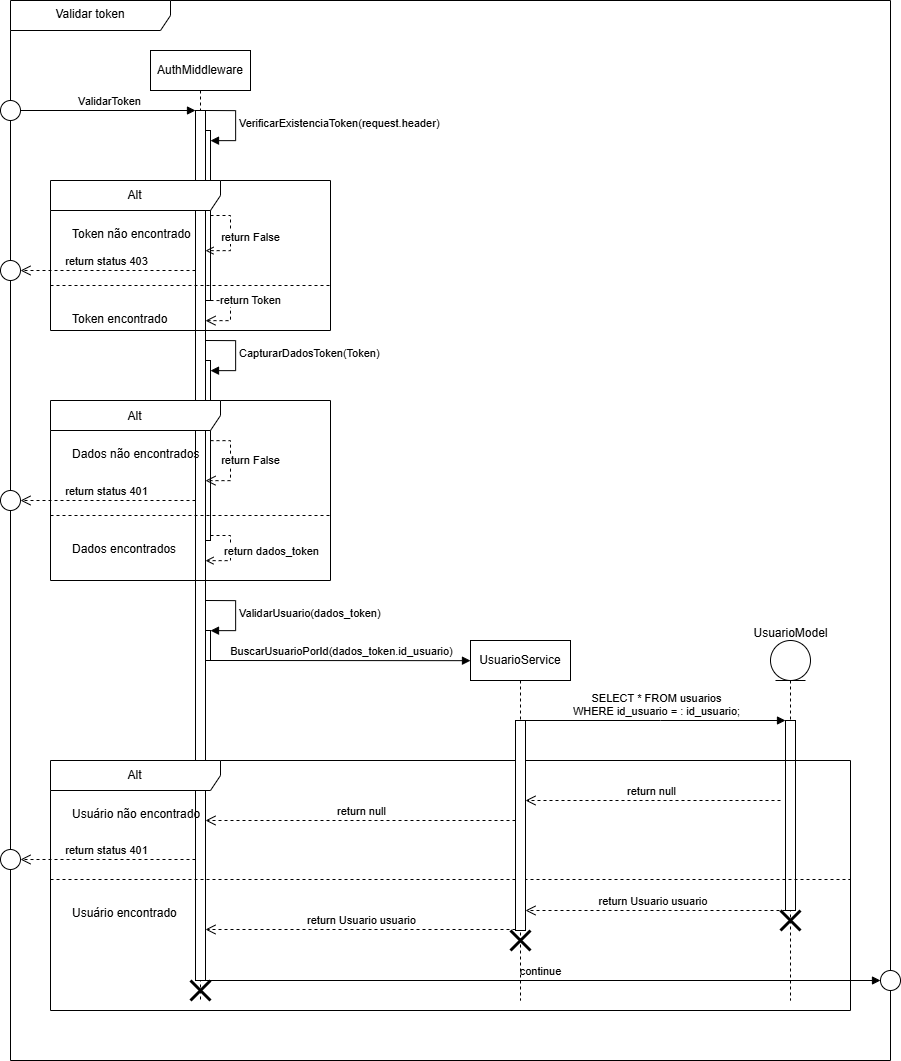
Dev-Vinicius-Borges/Thousand_Miles keeps this draw.io diagram as UML/sequencia/usuario/validar-token.drawio.png. Above is the earlier version. Source tidied: cells renumbered, new cells last; positions are measured from the earlier drawing's top-left corner, leaving out a move shared by most shapes. The source it was exported from:
```xml
<mxGraphModel>
  <root>
    <mxCell id="0" />
    <mxCell id="1" parent="0" />
    <mxCell id="2" value="Validar token" style="shape=umlFrame;whiteSpace=wrap;html=1;width=160;" parent="1" vertex="1">
      <mxGeometry x="10" width="880" height="1060" as="geometry" />
    </mxCell>
    <mxCell id="3" value="AuthMiddleware" style="shape=umlLifeline;perimeter=lifelinePerimeter;whiteSpace=wrap;html=1;newEdgeStyle={&quot;curved&quot;:0,&quot;rounded&quot;:0};" parent="2" vertex="1">
      <mxGeometry x="140" y="50" width="100" height="950" as="geometry" />
    </mxCell>
    <mxCell id="4" style="html=1;points=[[0,0,0,0,5],[0,1,0,0,-5],[1,0,0,0,5],[1,1,0,0,-5]];perimeter=orthogonalPerimeter;outlineConnect=0;targetShapes=umlLifeline;portConstraint=eastwest;newEdgeStyle={&quot;curved&quot;:0,&quot;rounded&quot;:0};" parent="3" vertex="1">
      <mxGeometry x="50" y="580" width="10" height="30" as="geometry" />
    </mxCell>
    <mxCell id="5" style="edgeStyle=orthogonalEdgeStyle;rounded=0;jettySize=auto;html=1;curved=0;exitX=1;exitY=1;exitDx=0;exitDy=-5;exitPerimeter=0;endArrow=open;endFill=0;dashed=1;" parent="3" edge="1" source="7" target="9">
      <mxGeometry relative="1" as="geometry">
        <Array as="points">
          <mxPoint x="80" y="485" />
          <mxPoint x="80" y="510" />
        </Array>
      </mxGeometry>
    </mxCell>
    <mxCell id="6" value="return dados_token" style="edgeLabel;html=1;align=center;verticalAlign=middle;" parent="5" vertex="1">
      <mxGeometry x="-0.04" y="-1" relative="1" as="geometry">
        <mxPoint x="41" as="offset" />
      </mxGeometry>
    </mxCell>
    <mxCell id="7" style="html=1;points=[[0,0,0,0,5],[0,1,0,0,-5],[1,0,0,0,5],[1,1,0,0,-5]];perimeter=orthogonalPerimeter;outlineConnect=0;targetShapes=umlLifeline;portConstraint=eastwest;newEdgeStyle={&quot;curved&quot;:0,&quot;rounded&quot;:0};" parent="3" vertex="1">
      <mxGeometry x="50" y="310" width="10" height="180" as="geometry" />
    </mxCell>
    <mxCell id="8" style="html=1;points=[[0,0,0,0,5],[0,1,0,0,-5],[1,0,0,0,5],[1,1,0,0,-5]];perimeter=orthogonalPerimeter;outlineConnect=0;targetShapes=umlLifeline;portConstraint=eastwest;newEdgeStyle={&quot;curved&quot;:0,&quot;rounded&quot;:0};" parent="3" vertex="1">
      <mxGeometry x="50" y="80" width="10" height="170" as="geometry" />
    </mxCell>
    <mxCell id="9" style="html=1;points=[[0,0,0,0,5],[0,1,0,0,-5],[1,0,0,0,5],[1,1,0,0,-5]];perimeter=orthogonalPerimeter;outlineConnect=0;targetShapes=umlLifeline;portConstraint=eastwest;newEdgeStyle={&quot;curved&quot;:0,&quot;rounded&quot;:0};" parent="3" vertex="1">
      <mxGeometry x="45" y="60" width="10" height="870" as="geometry" />
    </mxCell>
    <mxCell id="10" style="edgeStyle=orthogonalEdgeStyle;rounded=0;jettySize=auto;html=1;curved=0;dashed=1;endArrow=open;endFill=0;" parent="3" edge="1" source="8" target="9">
      <mxGeometry relative="1" as="geometry">
        <Array as="points">
          <mxPoint x="80" y="165" />
          <mxPoint x="80" y="200" />
        </Array>
      </mxGeometry>
    </mxCell>
    <mxCell id="11" value="return False" style="edgeLabel;html=1;align=center;verticalAlign=middle;" parent="10" vertex="1">
      <mxGeometry x="0.4" relative="1" as="geometry">
        <mxPoint x="21" y="-15" as="offset" />
      </mxGeometry>
    </mxCell>
    <mxCell id="12" value="VerificarExistenciaToken(request.header)" style="html=1;align=left;spacingLeft=2;endArrow=block;rounded=0;edgeStyle=orthogonalEdgeStyle;curved=0;rounded=0;" parent="3" edge="1" target="8">
      <mxGeometry relative="1" as="geometry">
        <mxPoint x="55" y="60" as="sourcePoint" />
        <Array as="points">
          <mxPoint x="85" y="90" />
        </Array>
      </mxGeometry>
    </mxCell>
    <mxCell id="13" value="return Token" style="html=1;verticalAlign=bottom;endArrow=open;dashed=1;endSize=8;rounded=0;edgeStyle=orthogonalEdgeStyle;" parent="3" edge="1" source="8" target="9">
      <mxGeometry x="-0.08" y="20" relative="1" as="geometry">
        <Array as="points">
          <mxPoint x="80" y="250" />
          <mxPoint x="80" y="270" />
        </Array>
      </mxGeometry>
    </mxCell>
    <mxCell id="14" value="CapturarDadosToken(Token)" style="html=1;align=left;spacingLeft=2;endArrow=block;rounded=0;edgeStyle=orthogonalEdgeStyle;curved=0;rounded=0;" parent="3" edge="1" target="7">
      <mxGeometry relative="1" as="geometry">
        <mxPoint x="55" y="290" as="sourcePoint" />
        <Array as="points">
          <mxPoint x="85" y="320" />
        </Array>
      </mxGeometry>
    </mxCell>
    <mxCell id="15" value="return False" style="html=1;verticalAlign=bottom;endArrow=open;dashed=1;endSize=8;rounded=0;edgeStyle=orthogonalEdgeStyle;" parent="3" edge="1" source="7" target="9">
      <mxGeometry x="0.18" y="20" relative="1" as="geometry">
        <Array as="points">
          <mxPoint x="80" y="390" />
          <mxPoint x="80" y="430" />
        </Array>
      </mxGeometry>
    </mxCell>
    <mxCell id="16" value="ValidarUsuario(dados_token)" style="html=1;align=left;spacingLeft=2;endArrow=block;rounded=0;edgeStyle=orthogonalEdgeStyle;curved=0;rounded=0;" parent="3" edge="1" target="4">
      <mxGeometry relative="1" as="geometry">
        <mxPoint x="55" y="550" as="sourcePoint" />
        <Array as="points">
          <mxPoint x="85" y="580" />
        </Array>
      </mxGeometry>
    </mxCell>
    <mxCell id="17" style="shape=umlDestroy;whiteSpace=wrap;html=1;strokeWidth=3;targetShapes=umlLifeline;" parent="3" vertex="1">
      <mxGeometry x="40" y="930" width="20" height="20" as="geometry" />
    </mxCell>
    <mxCell id="18" value="Alt" style="shape=umlFrame;whiteSpace=wrap;html=1;width=170;" parent="2" vertex="1">
      <mxGeometry x="40" y="180" width="280" height="150" as="geometry" />
    </mxCell>
    <mxCell id="19" value="Token não encontrado" style="text;html=1;" parent="18" vertex="1">
      <mxGeometry width="100" height="20" relative="1" as="geometry">
        <mxPoint x="20" y="40" as="offset" />
      </mxGeometry>
    </mxCell>
    <mxCell id="20" value="Token encontrado" style="line;strokeWidth=1;dashed=1;labelPosition=center;verticalLabelPosition=bottom;align=left;verticalAlign=top;spacingLeft=20;spacingTop=15;html=1;whiteSpace=wrap;" parent="18" vertex="1">
      <mxGeometry y="100" width="280" height="10" as="geometry" />
    </mxCell>
    <mxCell id="21" value="Alt" style="shape=umlFrame;whiteSpace=wrap;html=1;width=170;" parent="2" vertex="1">
      <mxGeometry x="40" y="400" width="280" height="180" as="geometry" />
    </mxCell>
    <mxCell id="22" value="Dados não encontrados" style="text;html=1;" parent="21" vertex="1">
      <mxGeometry width="100" height="20" relative="1" as="geometry">
        <mxPoint x="20" y="40" as="offset" />
      </mxGeometry>
    </mxCell>
    <mxCell id="23" value="Dados encontrados" style="line;strokeWidth=1;dashed=1;labelPosition=center;verticalLabelPosition=bottom;align=left;verticalAlign=top;spacingLeft=20;spacingTop=15;html=1;whiteSpace=wrap;" parent="21" vertex="1">
      <mxGeometry y="110" width="280" height="10" as="geometry" />
    </mxCell>
    <mxCell id="24" value="BuscarUsuarioPorId(dados_token.id_usuario)" style="html=1;verticalAlign=bottom;endArrow=block;curved=0;rounded=0;entryX=0;entryY=0.056;entryDx=0;entryDy=0;entryPerimeter=0;" parent="2" edge="1" target="42">
      <mxGeometry relative="1" as="geometry">
        <mxPoint x="200" y="660" as="sourcePoint" />
      </mxGeometry>
    </mxCell>
    <mxCell id="25" style="shape=umlLifeline;perimeter=lifelinePerimeter;whiteSpace=wrap;html=1;newEdgeStyle={&quot;curved&quot;:0,&quot;rounded&quot;:0};participant=umlEntity;" parent="2" vertex="1">
      <mxGeometry x="760" y="640" width="40" height="360" as="geometry" />
    </mxCell>
    <mxCell id="26" style="html=1;points=[[0,0,0,0,5],[0,1,0,0,-5],[1,0,0,0,5],[1,1,0,0,-5]];perimeter=orthogonalPerimeter;outlineConnect=0;targetShapes=umlLifeline;portConstraint=eastwest;newEdgeStyle={&quot;curved&quot;:0,&quot;rounded&quot;:0};" parent="25" vertex="1">
      <mxGeometry x="15" y="80" width="10" height="190" as="geometry" />
    </mxCell>
    <mxCell id="27" value="Alt" style="shape=umlFrame;whiteSpace=wrap;html=1;width=170;" parent="2" vertex="1">
      <mxGeometry x="40" y="760" width="800" height="250" as="geometry" />
    </mxCell>
    <mxCell id="28" value="Usuário não encontrado" style="text;html=1;" parent="27" vertex="1">
      <mxGeometry width="100" height="20" relative="1" as="geometry">
        <mxPoint x="20" y="40" as="offset" />
      </mxGeometry>
    </mxCell>
    <mxCell id="29" value="Usuário encontrado" style="line;strokeWidth=1;dashed=1;labelPosition=center;verticalLabelPosition=bottom;align=left;verticalAlign=top;spacingLeft=20;spacingTop=15;html=1;whiteSpace=wrap;" parent="27" vertex="1">
      <mxGeometry y="114" width="800" height="10" as="geometry" />
    </mxCell>
    <mxCell id="30" value="return null" style="html=1;verticalAlign=bottom;endArrow=open;dashed=1;endSize=8;curved=0;rounded=0;" parent="27" edge="1" target="43">
      <mxGeometry relative="1" as="geometry">
        <mxPoint x="730" y="40" as="sourcePoint" />
      </mxGeometry>
    </mxCell>
    <mxCell id="31" style="shape=umlDestroy;whiteSpace=wrap;html=1;strokeWidth=3;targetShapes=umlLifeline;" parent="27" vertex="1">
      <mxGeometry x="730" y="150" width="20" height="20" as="geometry" />
    </mxCell>
    <mxCell id="32" value="continue" style="html=1;verticalAlign=bottom;endArrow=block;curved=0;rounded=0;" parent="27" edge="1" target="39">
      <mxGeometry relative="1" as="geometry">
        <mxPoint x="150" y="220" as="sourcePoint" />
      </mxGeometry>
    </mxCell>
    <mxCell id="33" value="return status 401" style="html=1;verticalAlign=bottom;endArrow=open;dashed=1;endSize=8;curved=0;rounded=0;entryX=1;entryY=0.5;entryDx=0;entryDy=0;" parent="2" edge="1" target="38">
      <mxGeometry relative="1" as="geometry">
        <mxPoint x="185" y="859" as="sourcePoint" />
      </mxGeometry>
    </mxCell>
    <mxCell id="34" style="ellipse;" parent="2" vertex="1">
      <mxGeometry x="-10" y="260" width="20" height="20" as="geometry" />
    </mxCell>
    <mxCell id="35" value="return status 403" style="html=1;verticalAlign=bottom;endArrow=open;dashed=1;endSize=8;curved=0;rounded=0;entryX=1;entryY=0.5;entryDx=0;entryDy=0;" parent="2" edge="1" source="9" target="34">
      <mxGeometry relative="1" as="geometry" />
    </mxCell>
    <mxCell id="36" style="ellipse;" parent="2" vertex="1">
      <mxGeometry x="-10" y="490" width="20" height="20" as="geometry" />
    </mxCell>
    <mxCell id="37" value="return status 401" style="html=1;verticalAlign=bottom;endArrow=open;dashed=1;endSize=8;curved=0;rounded=0;" parent="2" edge="1" source="9">
      <mxGeometry relative="1" as="geometry">
        <mxPoint x="10" y="500" as="targetPoint" />
      </mxGeometry>
    </mxCell>
    <mxCell id="38" style="ellipse;" parent="2" vertex="1">
      <mxGeometry x="-10" y="849" width="20" height="20" as="geometry" />
    </mxCell>
    <mxCell id="39" style="ellipse;" parent="2" vertex="1">
      <mxGeometry x="870" y="970" width="20" height="20" as="geometry" />
    </mxCell>
    <mxCell id="40" value="ValidarToken" style="html=1;verticalAlign=bottom;endArrow=block;curved=0;rounded=0;exitX=1;exitY=0.5;exitDx=0;exitDy=0;" parent="2" edge="1" source="41" target="9">
      <mxGeometry relative="1" as="geometry" />
    </mxCell>
    <mxCell id="41" style="ellipse;" parent="2" vertex="1">
      <mxGeometry x="-10" y="100" width="20" height="20" as="geometry" />
    </mxCell>
    <mxCell id="42" value="UsuarioService" style="shape=umlLifeline;perimeter=lifelinePerimeter;whiteSpace=wrap;html=1;outlineConnect=0;portConstraint=eastwest;newEdgeStyle={&quot;curved&quot;:0,&quot;rounded&quot;:0};" parent="1" vertex="1">
      <mxGeometry x="470" y="640" width="100" height="360" as="geometry" />
    </mxCell>
    <mxCell id="43" style="html=1;points=[[0,0,0,0,5],[0,1,0,0,-5],[1,0,0,0,5],[1,1,0,0,-5]];perimeter=orthogonalPerimeter;outlineConnect=0;targetShapes=umlLifeline;portConstraint=eastwest;newEdgeStyle={&quot;curved&quot;:0,&quot;rounded&quot;:0};" parent="42" vertex="1">
      <mxGeometry x="45" y="80" width="10" height="210" as="geometry" />
    </mxCell>
    <mxCell id="44" style="shape=umlDestroy;whiteSpace=wrap;html=1;strokeWidth=3;targetShapes=umlLifeline;" parent="42" vertex="1">
      <mxGeometry x="40" y="290" width="20" height="20" as="geometry" />
    </mxCell>
    <mxCell id="45" value="UsuarioModel" style="text;html=1;align=center;verticalAlign=middle;strokeColor=none;fillColor=none;" parent="1" vertex="1">
      <mxGeometry x="740" y="618" width="100" height="30" as="geometry" />
    </mxCell>
    <mxCell id="46" value="SELECT * FROM usuarios&lt;div&gt;WHERE id_usuario = : id_usuario;&lt;/div&gt;" style="html=1;verticalAlign=bottom;endArrow=block;curved=0;rounded=0;" parent="1" edge="1" source="43" target="26">
      <mxGeometry relative="1" as="geometry">
        <Array as="points">
          <mxPoint x="660" y="720" />
        </Array>
      </mxGeometry>
    </mxCell>
    <mxCell id="47" value="return null" style="html=1;verticalAlign=bottom;endArrow=open;dashed=1;endSize=8;curved=0;rounded=0;" parent="1" edge="1" source="43" target="9">
      <mxGeometry relative="1" as="geometry">
        <Array as="points">
          <mxPoint x="360" y="820" />
        </Array>
      </mxGeometry>
    </mxCell>
    <mxCell id="48" value="return Usuario usuario&amp;nbsp;" style="html=1;verticalAlign=bottom;endArrow=open;dashed=1;endSize=8;curved=0;rounded=0;" parent="1" edge="1">
      <mxGeometry relative="1" as="geometry">
        <mxPoint x="785" y="910" as="sourcePoint" />
        <mxPoint x="525" y="910" as="targetPoint" />
      </mxGeometry>
    </mxCell>
    <mxCell id="49" value="return Usuario usuario" style="html=1;verticalAlign=bottom;endArrow=open;dashed=1;endSize=8;curved=0;rounded=0;" parent="1" edge="1" target="9">
      <mxGeometry relative="1" as="geometry">
        <mxPoint x="515" y="929" as="sourcePoint" />
      </mxGeometry>
    </mxCell>
  </root>
</mxGraphModel>
```
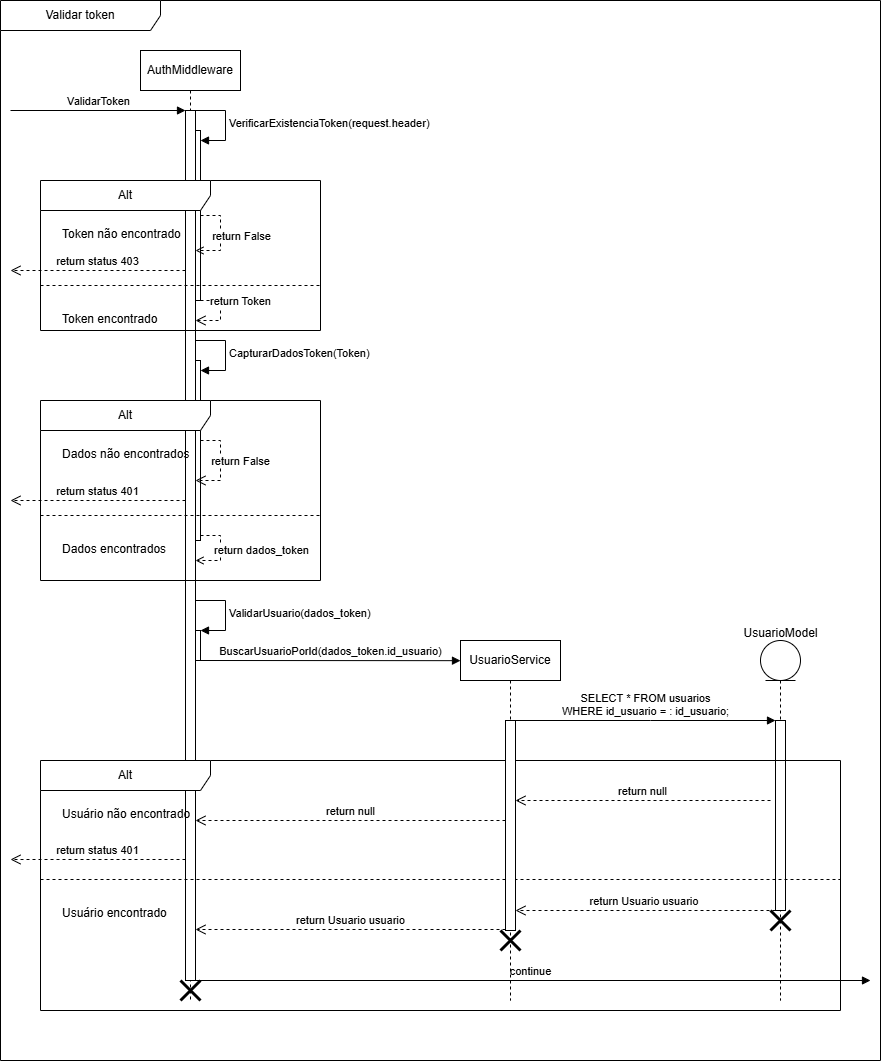
The same file after the commit.

Change to the diagram source:
```diff
@@ -141,42 +141,33 @@
     <mxCell id="31" style="shape=umlDestroy;whiteSpace=wrap;html=1;strokeWidth=3;targetShapes=umlLifeline;" parent="27" vertex="1">
       <mxGeometry x="730" y="150" width="20" height="20" as="geometry" />
     </mxCell>
-    <mxCell id="32" value="continue" style="html=1;verticalAlign=bottom;endArrow=block;curved=0;rounded=0;" parent="27" edge="1" target="39">
+    <mxCell id="32" value="continue" style="html=1;verticalAlign=bottom;endArrow=block;curved=0;rounded=0;" parent="27" edge="1">
       <mxGeometry relative="1" as="geometry">
         <mxPoint x="150" y="220" as="sourcePoint" />
+        <mxPoint x="830" y="220" as="targetPoint" />
       </mxGeometry>
     </mxCell>
-    <mxCell id="33" value="return status 401" style="html=1;verticalAlign=bottom;endArrow=open;dashed=1;endSize=8;curved=0;rounded=0;entryX=1;entryY=0.5;entryDx=0;entryDy=0;" parent="2" edge="1" target="38">
+    <mxCell id="33" value="return status 401" style="html=1;verticalAlign=bottom;endArrow=open;dashed=1;endSize=8;curved=0;rounded=0;entryX=1;entryY=0.5;entryDx=0;entryDy=0;" parent="2" edge="1">
       <mxGeometry relative="1" as="geometry">
         <mxPoint x="185" y="859" as="sourcePoint" />
+        <mxPoint x="10" y="859" as="targetPoint" />
       </mxGeometry>
     </mxCell>
-    <mxCell id="34" style="ellipse;" parent="2" vertex="1">
-      <mxGeometry x="-10" y="260" width="20" height="20" as="geometry" />
-    </mxCell>
-    <mxCell id="35" value="return status 403" style="html=1;verticalAlign=bottom;endArrow=open;dashed=1;endSize=8;curved=0;rounded=0;entryX=1;entryY=0.5;entryDx=0;entryDy=0;" parent="2" edge="1" source="9" target="34">
-      <mxGeometry relative="1" as="geometry" />
+    <mxCell id="35" value="return status 403" style="html=1;verticalAlign=bottom;endArrow=open;dashed=1;endSize=8;curved=0;rounded=0;entryX=1;entryY=0.5;entryDx=0;entryDy=0;" parent="2" edge="1" source="9">
+      <mxGeometry relative="1" as="geometry">
+        <mxPoint x="10" y="270" as="targetPoint" />
+      </mxGeometry>
     </mxCell>
-    <mxCell id="36" style="ellipse;" parent="2" vertex="1">
-      <mxGeometry x="-10" y="490" width="20" height="20" as="geometry" />
-    </mxCell>
     <mxCell id="37" value="return status 401" style="html=1;verticalAlign=bottom;endArrow=open;dashed=1;endSize=8;curved=0;rounded=0;" parent="2" edge="1" source="9">
       <mxGeometry relative="1" as="geometry">
         <mxPoint x="10" y="500" as="targetPoint" />
       </mxGeometry>
     </mxCell>
-    <mxCell id="38" style="ellipse;" parent="2" vertex="1">
-      <mxGeometry x="-10" y="849" width="20" height="20" as="geometry" />
-    </mxCell>
-    <mxCell id="39" style="ellipse;" parent="2" vertex="1">
-      <mxGeometry x="870" y="970" width="20" height="20" as="geometry" />
-    </mxCell>
-    <mxCell id="40" value="ValidarToken" style="html=1;verticalAlign=bottom;endArrow=block;curved=0;rounded=0;exitX=1;exitY=0.5;exitDx=0;exitDy=0;" parent="2" edge="1" source="41" target="9">
-      <mxGeometry relative="1" as="geometry" />
+    <mxCell id="40" value="ValidarToken" style="html=1;verticalAlign=bottom;endArrow=block;curved=0;rounded=0;exitX=1;exitY=0.5;exitDx=0;exitDy=0;" parent="2" edge="1" target="9">
+      <mxGeometry relative="1" as="geometry">
+        <mxPoint x="10" y="110" as="sourcePoint" />
+      </mxGeometry>
     </mxCell>
-    <mxCell id="41" style="ellipse;" parent="2" vertex="1">
-      <mxGeometry x="-10" y="100" width="20" height="20" as="geometry" />
-    </mxCell>
     <mxCell id="42" value="UsuarioService" style="shape=umlLifeline;perimeter=lifelinePerimeter;whiteSpace=wrap;html=1;outlineConnect=0;portConstraint=eastwest;newEdgeStyle={&quot;curved&quot;:0,&quot;rounded&quot;:0};" parent="1" vertex="1">
       <mxGeometry x="470" y="640" width="100" height="360" as="geometry" />
     </mxCell>
```
